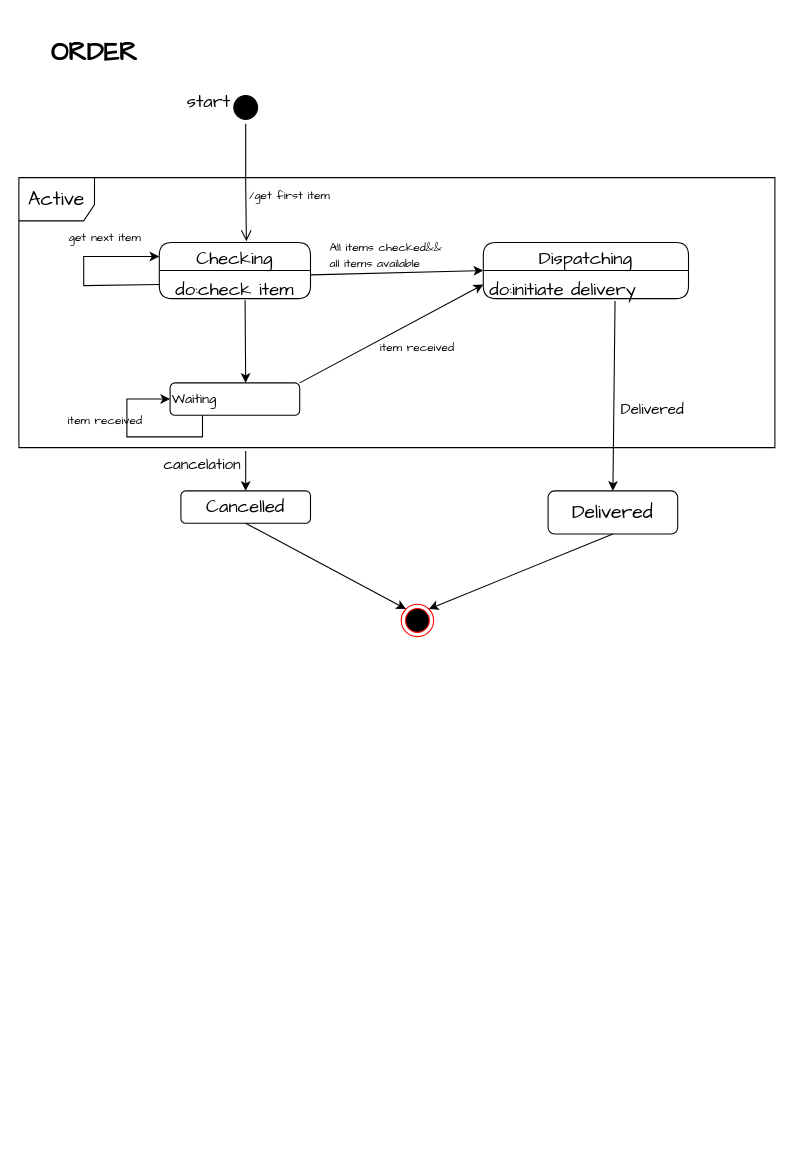
accidentalid/- keeps this draw.io diagram as 状态图示意.drawio. Above is the earlier version. Source tidied: cells renumbered, new cells numbered last; positions are measured from the earlier drawing's top-left corner, leaving out a move shared by most shapes. Both pictures are drawn from the tidied source at 108%, with x=0, y=0 at pixel (18, 36).
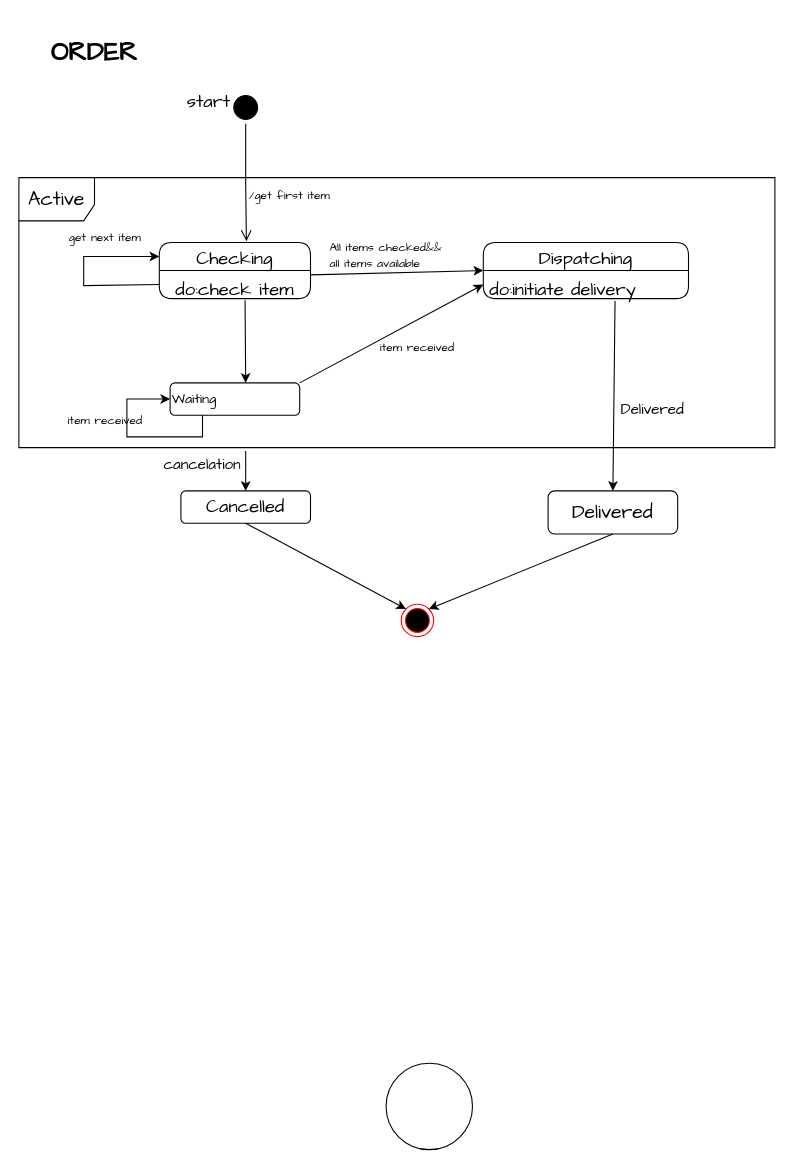
The same page after the edit.

Commit message:
更新状态图示意.drawio

Diff of the diagram source:
```diff
@@
+    <mxCell id="31" style="ellipse;whiteSpace=wrap;html=1;" parent="1" vertex="1">
+      <mxGeometry x="340" y="951" width="80" height="80" as="geometry" />
+    </mxCell>
```
